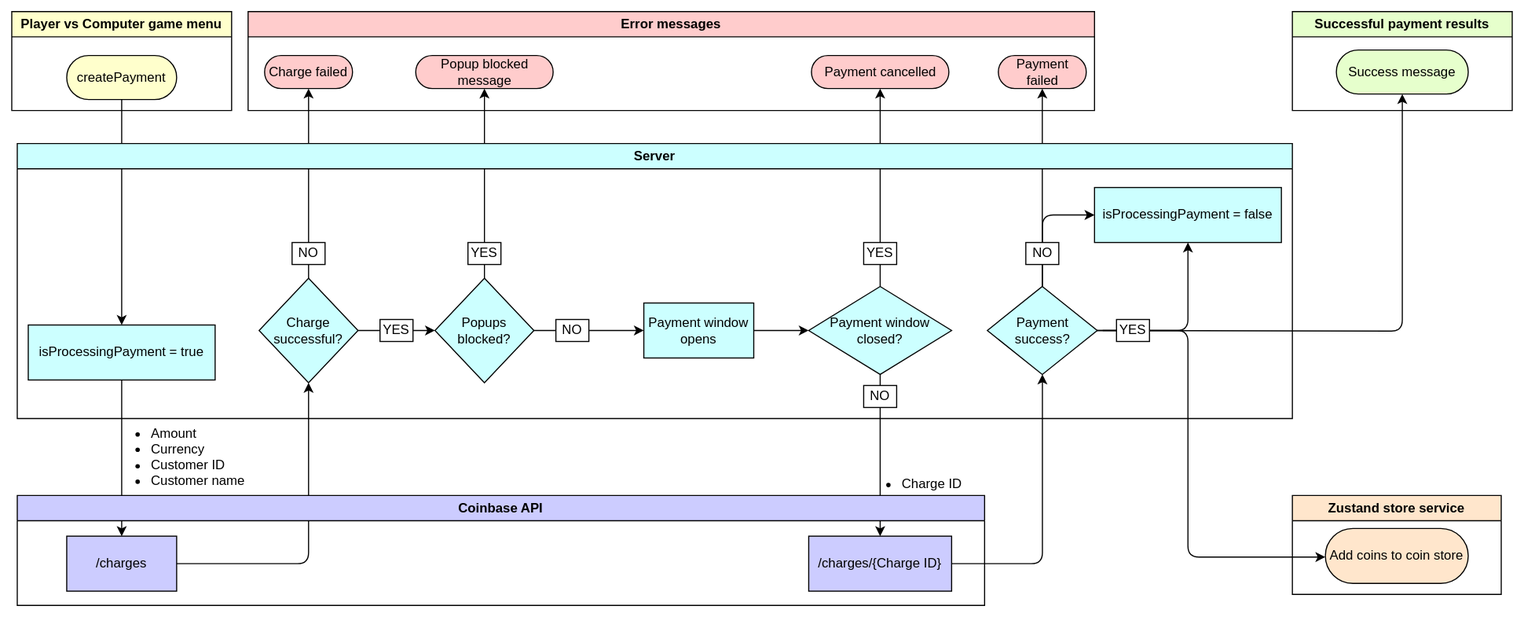
Earlier version of the draw.io export docs/images/payment-flow.drawio.svg (Rakshitg600/Notakto-website). Source tidied: cells renumbered, new cells last; positions are measured from the earlier drawing's top-left corner, leaving out a move shared by most shapes.
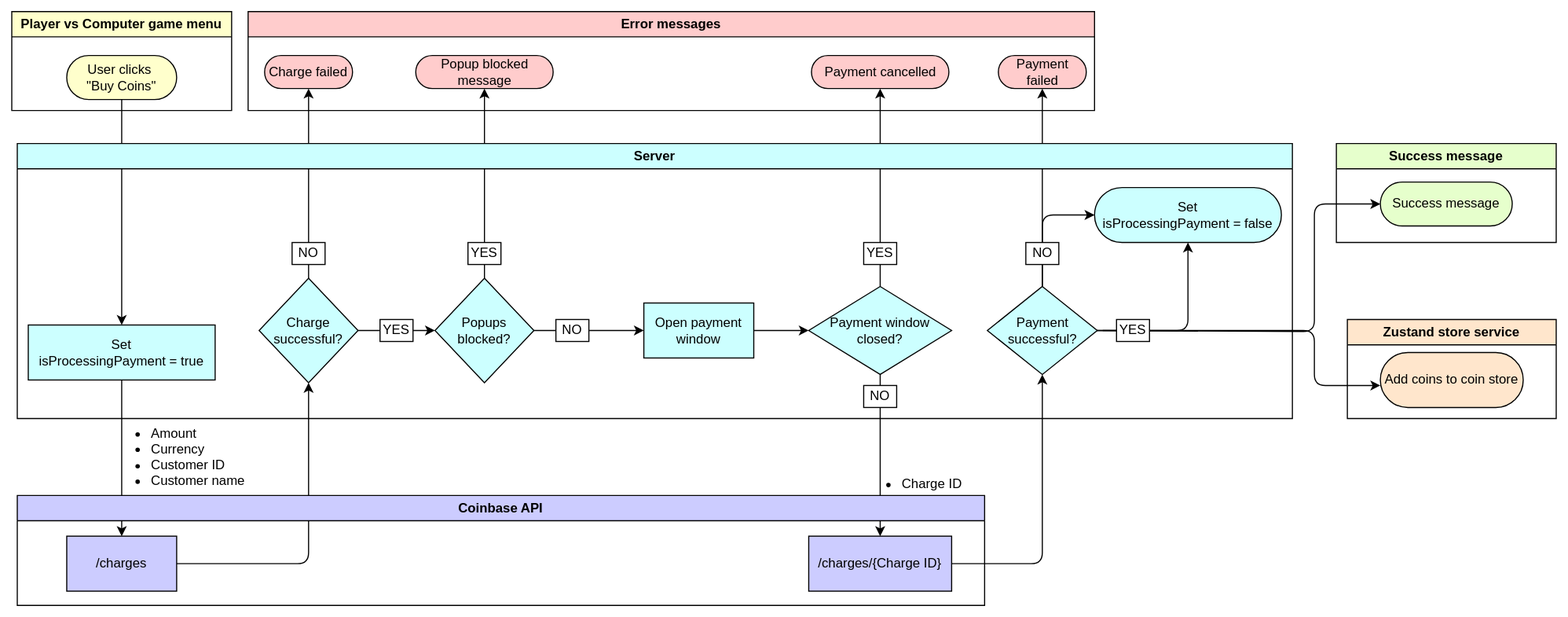
Later version of the same file.

What changed in the source:
```diff
@@ -5,18 +5,22 @@
     <mxCell id="2" style="edgeStyle=orthogonalEdgeStyle;rounded=1;jettySize=auto;html=1;curved=0;" parent="1" edge="1" target="27">
       <mxGeometry relative="1" as="geometry">
         <mxPoint x="982.5" y="290" as="sourcePoint" />
+        <Array as="points">
+          <mxPoint x="1185" y="291" />
+          <mxPoint x="1185" y="175" />
+        </Array>
       </mxGeometry>
     </mxCell>
     <mxCell id="3" style="edgeStyle=orthogonalEdgeStyle;rounded=1;jettySize=auto;html=1;curved=0;" parent="1" edge="1" target="49">
       <mxGeometry relative="1" as="geometry">
         <mxPoint x="992.5" y="290" as="sourcePoint" />
         <Array as="points">
-          <mxPoint x="1070" y="290" />
-          <mxPoint x="1070" y="496" />
+          <mxPoint x="1185" y="290" />
+          <mxPoint x="1185" y="340" />
         </Array>
       </mxGeometry>
     </mxCell>
-    <mxCell id="4" value="isProcessingPayment = true" style="html=1;dashed=0;whiteSpace=wrap;fillColor=#CCFFFF;" parent="1" vertex="1">
+    <mxCell id="4" value="Set&lt;div&gt;isProcessingPayment = true&lt;/div&gt;" style="html=1;dashed=0;whiteSpace=wrap;fillColor=#CCFFFF;" parent="1" vertex="1">
       <mxGeometry x="15" y="285" width="170" height="50" as="geometry" />
     </mxCell>
     <mxCell id="5" style="edgeStyle=orthogonalEdgeStyle;rounded=1;jettySize=auto;html=1;curved=0;" parent="1" edge="1" source="25" target="4">
@@ -79,11 +83,11 @@
     <mxCell id="24" value="Player vs Computer game menu" style="swimlane;whiteSpace=wrap;html=1;fillColor=#FFFFCC;" parent="1" vertex="1">
       <mxGeometry width="200" height="90" as="geometry" />
     </mxCell>
-    <mxCell id="25" value="createPayment" style="whiteSpace=wrap;html=1;dashed=0;shape=mxgraph.dfd.start;fillColor=#FFFFCC;" parent="24" vertex="1">
+    <mxCell id="25" value="&lt;div&gt;User clicks&amp;nbsp;&lt;/div&gt;&lt;div&gt;&quot;Buy Coins&quot;&lt;/div&gt;" style="whiteSpace=wrap;html=1;dashed=0;shape=mxgraph.dfd.start;fillColor=#FFFFCC;" parent="24" vertex="1">
       <mxGeometry x="50" y="40" width="100" height="40" as="geometry" />
     </mxCell>
-    <mxCell id="26" value="Successful payment results" style="swimlane;whiteSpace=wrap;html=1;fillColor=#E6FFCC;" parent="1" vertex="1">
-      <mxGeometry x="1165" width="200" height="90" as="geometry" />
+    <mxCell id="26" value="Success message" style="swimlane;whiteSpace=wrap;html=1;fillColor=#E6FFCC;" parent="1" vertex="1">
+      <mxGeometry x="1205" y="120" width="200" height="90" as="geometry" />
     </mxCell>
     <mxCell id="27" value="Success message" style="whiteSpace=wrap;html=1;dashed=0;shape=mxgraph.dfd.start;fillColor=#E6FFCC;" parent="26" vertex="1">
       <mxGeometry x="40" y="35" width="120" height="40" as="geometry" />
@@ -117,7 +121,7 @@
         </Array>
       </mxGeometry>
     </mxCell>
-    <mxCell id="35" value="Payment success?" style="shape=rhombus;html=1;dashed=0;whiteSpace=wrap;perimeter=rhombusPerimeter;fillColor=#CCFFFF;" parent="28" vertex="1">
+    <mxCell id="35" value="Payment successful?" style="shape=rhombus;html=1;dashed=0;whiteSpace=wrap;perimeter=rhombusPerimeter;fillColor=#CCFFFF;" parent="28" vertex="1">
       <mxGeometry x="882.5" y="130" width="100" height="80" as="geometry" />
     </mxCell>
     <mxCell id="36" value="Payment window closed?" style="shape=rhombus;html=1;dashed=0;whiteSpace=wrap;perimeter=rhombusPerimeter;fillColor=#CCFFFF;" parent="28" vertex="1">
@@ -141,7 +145,7 @@
     <mxCell id="42" style="edgeStyle=orthogonalEdgeStyle;rounded=1;jettySize=auto;html=1;curved=0;" parent="28" edge="1" source="32" target="43">
       <mxGeometry relative="1" as="geometry" />
     </mxCell>
-    <mxCell id="43" value="Payment window opens" style="html=1;dashed=0;whiteSpace=wrap;fillColor=#CCFFFF;" parent="28" vertex="1">
+    <mxCell id="43" value="Open payment window" style="html=1;dashed=0;whiteSpace=wrap;fillColor=#CCFFFF;" parent="28" vertex="1">
       <mxGeometry x="570" y="145" width="100" height="50" as="geometry" />
     </mxCell>
     <mxCell id="44" value="NO" style="rounded=0;whiteSpace=wrap;html=1;" parent="28" vertex="1">
@@ -153,11 +157,11 @@
     <mxCell id="46" value="YES" style="rounded=0;whiteSpace=wrap;html=1;" parent="28" vertex="1">
       <mxGeometry x="1000" y="160" width="30" height="20" as="geometry" />
     </mxCell>
-    <mxCell id="47" value="isProcessingPayment = false" style="html=1;dashed=0;whiteSpace=wrap;fillColor=#CCFFFF;" parent="28" vertex="1">
+    <mxCell id="47" value="&lt;div&gt;Set&lt;/div&gt;&lt;div&gt;isProcessingPayment = false&lt;/div&gt;" style="html=1;dashed=0;whiteSpace=wrap;fillColor=#CCFFFF;shape=mxgraph.dfd.start;" parent="28" vertex="1">
       <mxGeometry x="980" y="40" width="170" height="50" as="geometry" />
     </mxCell>
     <mxCell id="48" value="Zustand store service" style="swimlane;whiteSpace=wrap;html=1;fillColor=#FFE6CC;" parent="1" vertex="1">
-      <mxGeometry x="1165" y="440" width="190" height="90" as="geometry" />
+      <mxGeometry x="1215" y="280" width="190" height="90" as="geometry" />
     </mxCell>
     <mxCell id="49" value="Add coins to coin store" style="html=1;dashed=0;whiteSpace=wrap;fillColor=#FFE6CC;shape=mxgraph.dfd.start;" parent="48" vertex="1">
       <mxGeometry x="30" y="30" width="130" height="50" as="geometry" />
```
